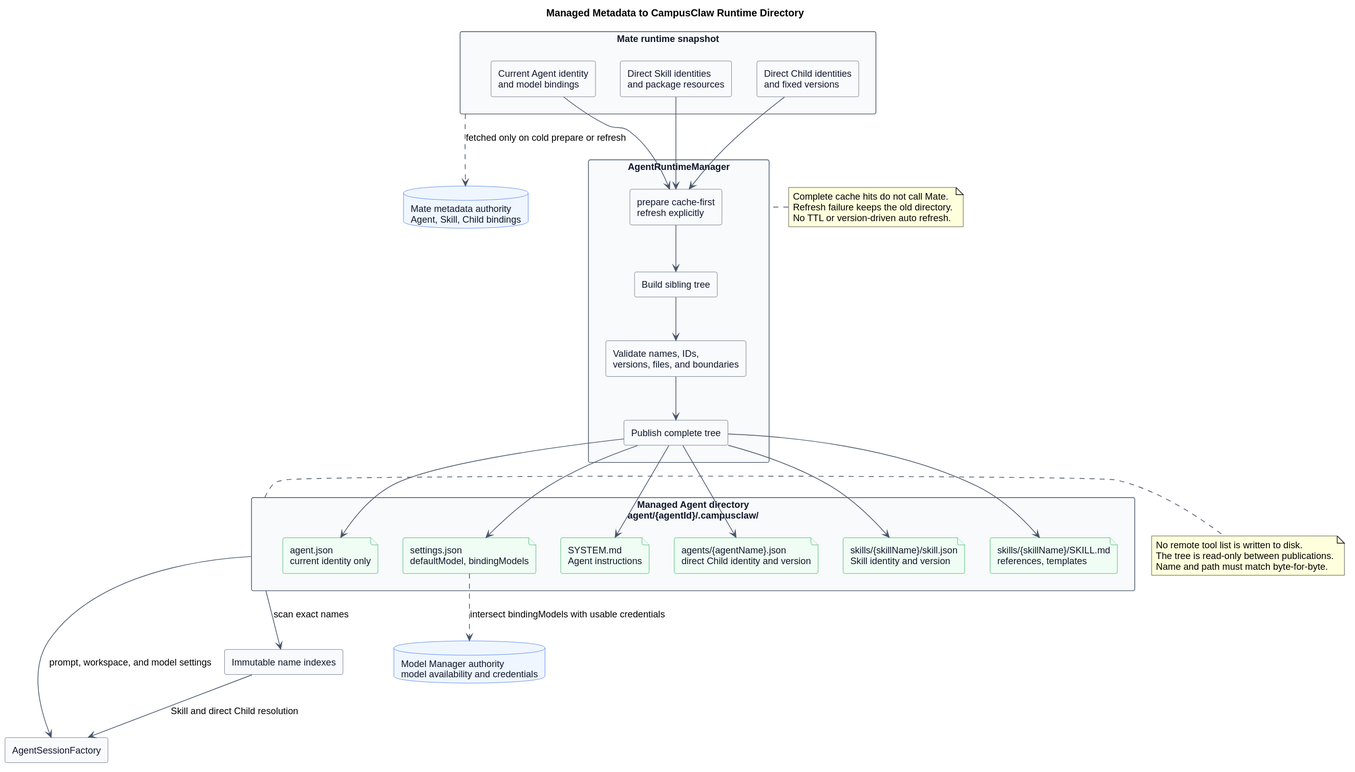
Above: pi-mono-java-manager-driven-multi-agent-runtime/diagrams/metadata/metadata_runtime_directory_mapping.svg in ssm0808/pi-mono-java-design (PlantUML), before the change.
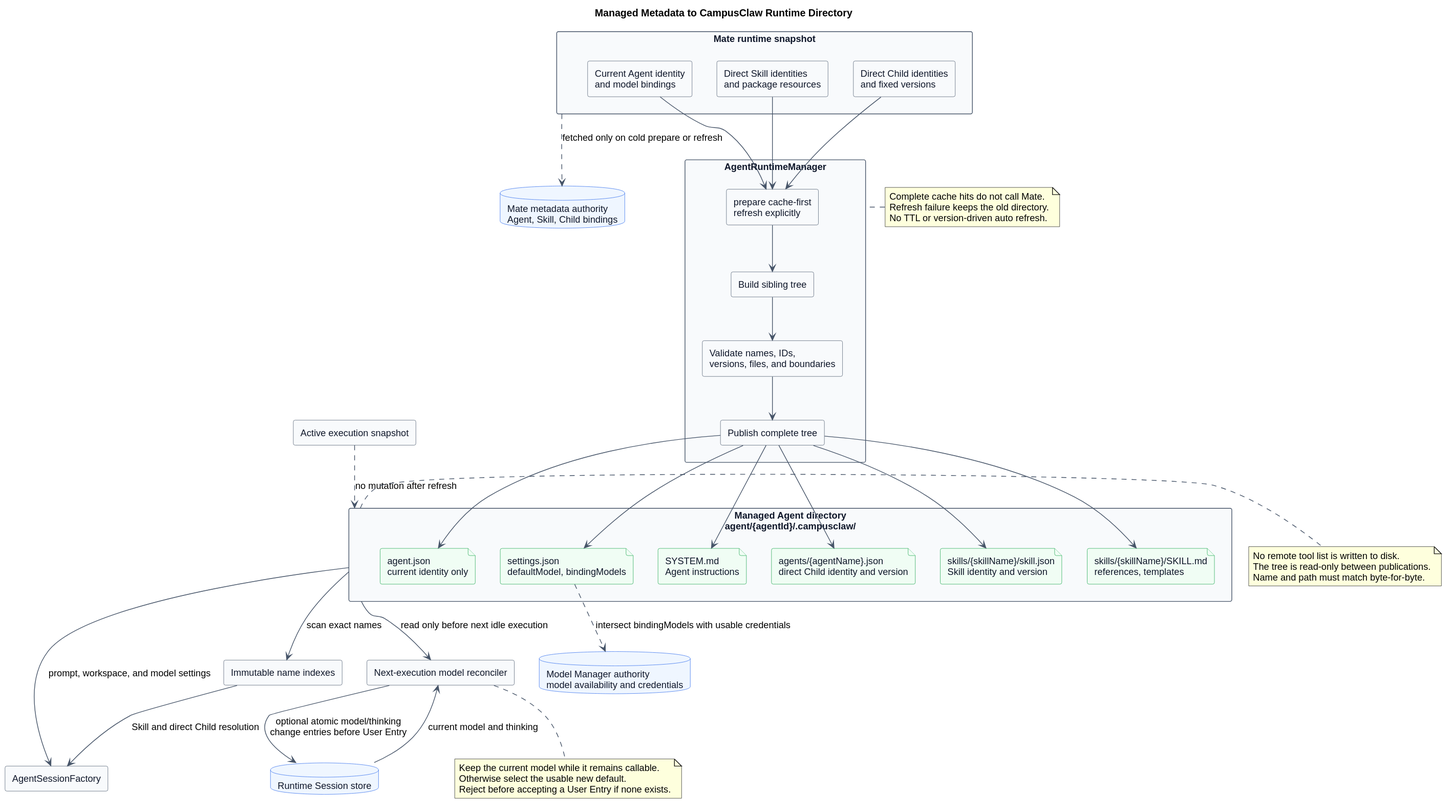
Later version of the same file.

Diff of the diagram source:
```diff
@@ -49,6 +49,9 @@
 database "Model Manager authority\nmodel availability and credentials" as ModelManager
 rectangle "AgentSessionFactory" as SessionFactory
 rectangle "Immutable name indexes" as Indexes
+database "Runtime Session store" as SessionStore
+rectangle "Next-execution model reconciler" as Reconciler
+rectangle "Active execution snapshot" as ActiveSnapshot
 
 AgentMetadata --> Resolve
 SkillMetadata --> Resolve
@@ -68,6 +71,10 @@
 AgentDirectory --> Indexes : scan exact names
 Indexes --> SessionFactory : Skill and direct Child resolution
 AgentDirectory --> SessionFactory : prompt, workspace, and model settings
+AgentDirectory --> Reconciler : read only before next idle execution
+SessionStore --> Reconciler : current model and thinking
+Reconciler --> SessionStore : optional atomic model/thinking\nchange entries before User Entry
+ActiveSnapshot ..> AgentDirectory : no mutation after refresh
 
 note right of AgentDirectory
 No remote tool list is written to disk.
@@ -80,4 +87,10 @@
 Refresh failure keeps the old directory.
 No TTL or version-driven auto refresh.
 end note
+
+note bottom of Reconciler
+Keep the current model while it remains callable.
+Otherwise select the usable new default.
+Reject before accepting a User Entry if none exists.
+end note
 @enduml
```
